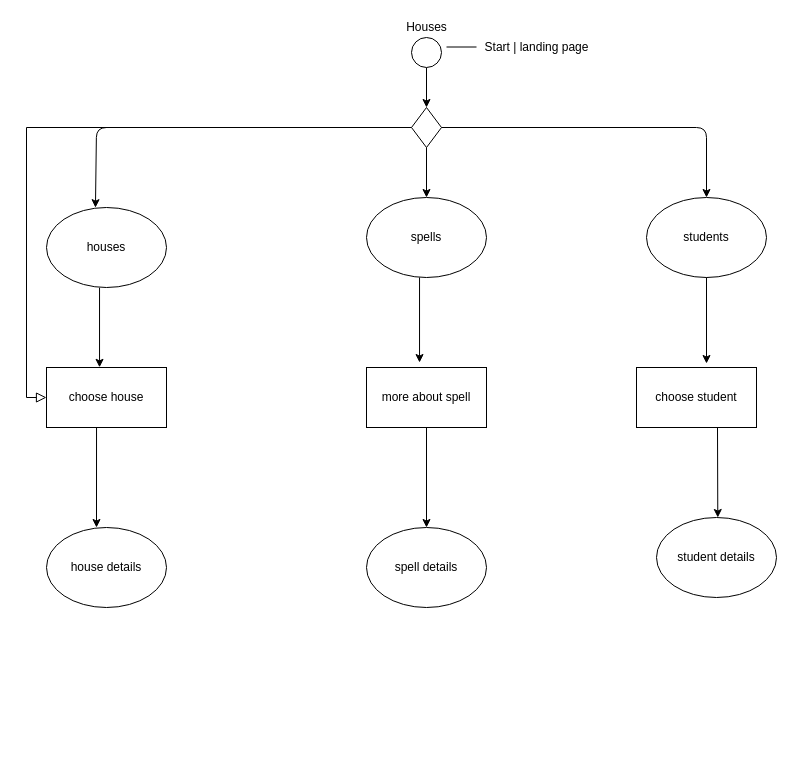
Before: Untitled Diagram.drawio in THAMMY202/Hogwarts, a draw.io diagram. Source tidied: cells renumbered, new cells numbered last; positions are measured from the earlier drawing's top-left corner, leaving out a move shared by most shapes. Both pictures are drawn from the tidied source at 100%, with x=0, y=0 at pixel (26, 17).
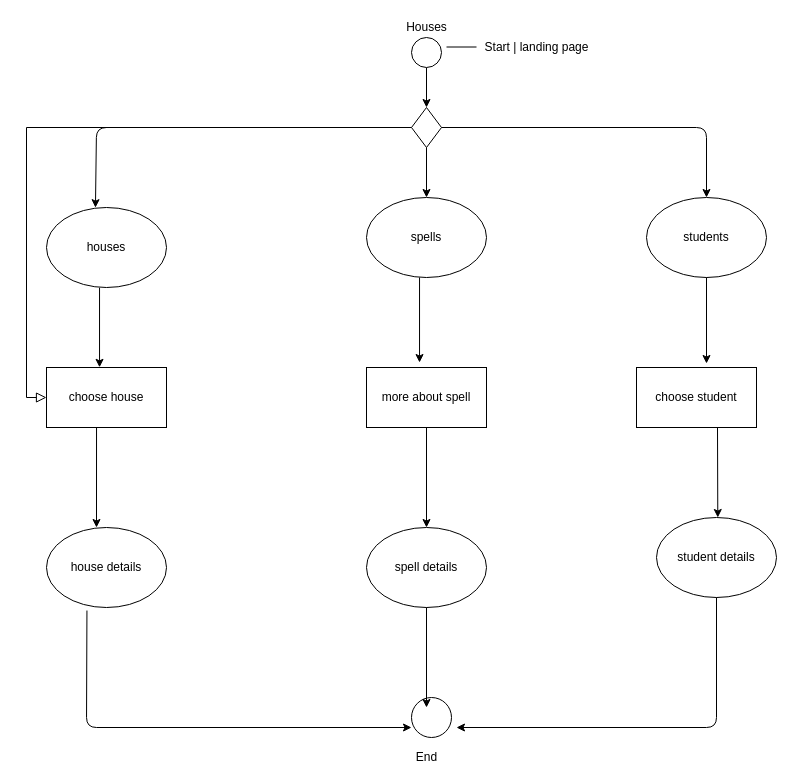
The same page after the edit.

The change refers to these unchanged cells:
```xml
<mxCell id="10" value="student details" style="ellipse;whiteSpace=wrap;html=1;" parent="1" vertex="1">
  <mxGeometry x="630" y="500" width="120" height="80" as="geometry" />
</mxCell>
<mxCell id="11" value="spell details" style="ellipse;whiteSpace=wrap;html=1;" parent="1" vertex="1">
  <mxGeometry x="340" y="510" width="120" height="80" as="geometry" />
</mxCell>
<mxCell id="12" value="house details" style="ellipse;whiteSpace=wrap;html=1;" parent="1" vertex="1">
  <mxGeometry x="20" y="510" width="120" height="80" as="geometry" />
</mxCell>
```

What changed in the source:
```diff
@@
+    <mxCell id="27" style="ellipse;whiteSpace=wrap;html=1;" parent="1" vertex="1">
+      <mxGeometry x="385" y="680" width="40" height="40" as="geometry" />
+    </mxCell>
+    <mxCell id="28" style="endArrow=classic;html=1;exitX=0.337;exitY=1.038;exitDx=0;exitDy=0;exitPerimeter=0;" parent="1" edge="1" source="12">
+      <mxGeometry relative="1" as="geometry">
+        <mxPoint x="385" y="710" as="targetPoint" />
+        <Array as="points">
+          <mxPoint x="60" y="710" />
+        </Array>
+      </mxGeometry>
+    </mxCell>
+    <mxCell id="29" style="endArrow=classic;html=1;exitX=0.5;exitY=1;exitDx=0;exitDy=0;" parent="1" edge="1" source="10">
+      <mxGeometry relative="1" as="geometry">
+        <mxPoint x="430" y="710" as="targetPoint" />
+        <Array as="points">
+          <mxPoint x="690" y="710" />
+        </Array>
+      </mxGeometry>
+    </mxCell>
+    <mxCell id="30" style="endArrow=classic;html=1;exitX=0.5;exitY=1;exitDx=0;exitDy=0;" parent="1" edge="1" source="11">
+      <mxGeometry relative="1" as="geometry">
+        <mxPoint x="400" y="690" as="targetPoint" />
+      </mxGeometry>
+    </mxCell>
+    <mxCell id="31" value="End" style="text;html=1;align=center;verticalAlign=middle;" parent="1" vertex="1">
+      <mxGeometry x="380" y="730" width="40" height="20" as="geometry" />
+    </mxCell>
```
